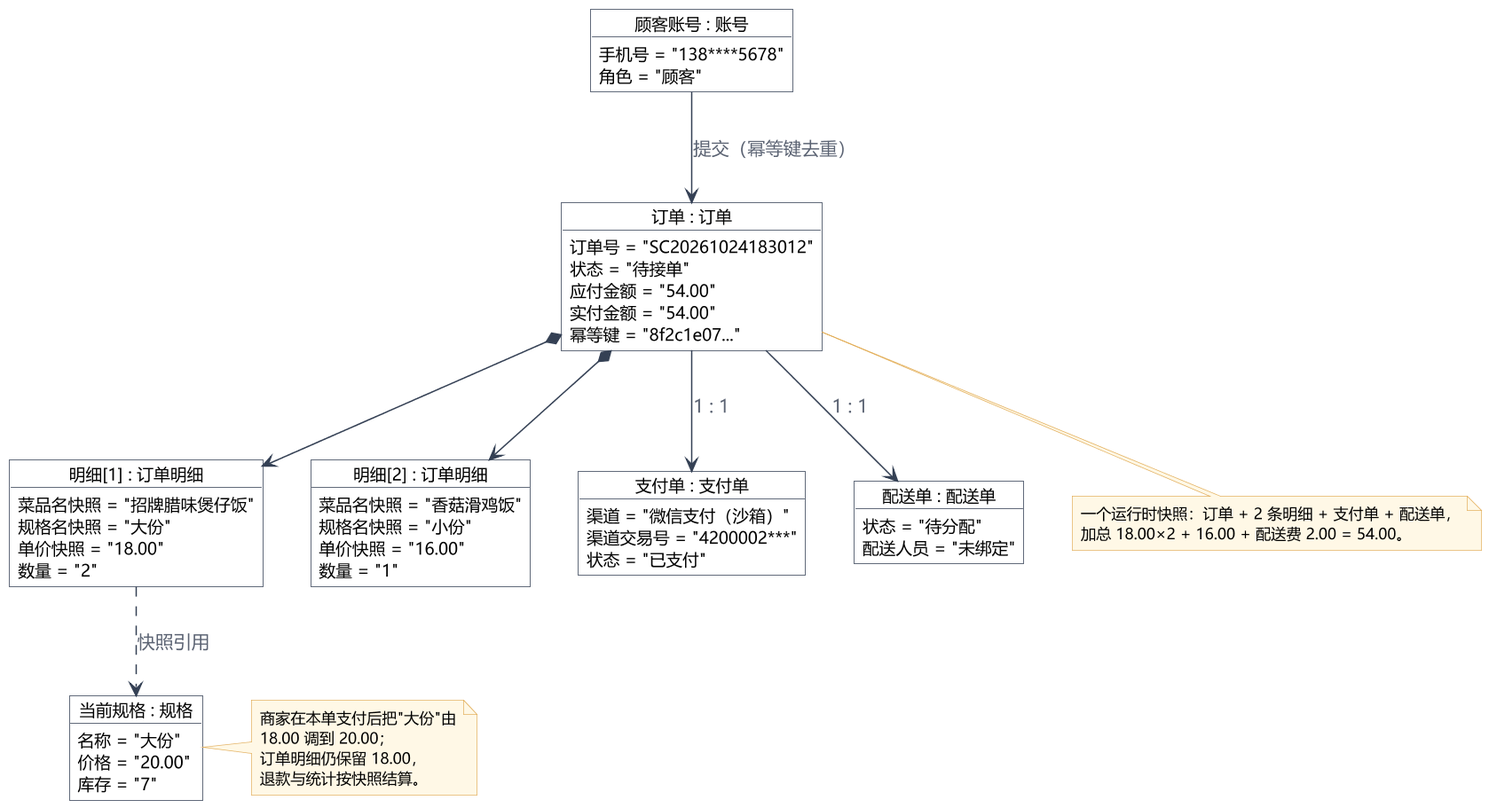
Before: lab2/UML/UML对象图.png, a diagram exported from PlantUML (yui060814zwp-creator/SE-lab). Its diagram source:
```plantuml
@startuml UML对象图
skinparam defaultFontName "Microsoft YaHei"
skinparam shadowing false
skinparam ArrowColor #344054
skinparam ArrowFontColor #5A6272
skinparam dpi 150
skinparam object {
  BackgroundColor #FFFFFF
  BorderColor #344054
  HeaderBackgroundColor #EAF1FA
  FontSize 13
  AttributeFontSize 12
}
skinparam note {
  BackgroundColor #FFF8E6
  BorderColor #E4B363
  FontSize 11
}

object "顾客账号 : 账号" as U {
  手机号 = "138****5678"
  角色 = "顾客"
}
object "当前规格 : 规格" as SPEC {
  名称 = "大份"
  价格 = "20.00"
  库存 = "7"
}
object "订单 : 订单" as O {
  订单号 = "SC20261024183012"
  状态 = "待接单"
  应付金额 = "54.00"
  实付金额 = "54.00"
  幂等键 = "8f2c1e07..."
}
object "明细[1] : 订单明细" as L1 {
  菜品名快照 = "招牌腊味煲仔饭"
  规格名快照 = "大份"
  单价快照 = "18.00"
  数量 = "2"
}
object "明细[2] : 订单明细" as L2 {
  菜品名快照 = "香菇滑鸡饭"
  规格名快照 = "小份"
  单价快照 = "16.00"
  数量 = "1"
}
object "支付单 : 支付单" as P {
  渠道 = "微信支付（沙箱）"
  渠道交易号 = "4200002***"
  状态 = "已支付"
}
object "配送单 : 配送单" as D {
  状态 = "待分配"
  配送人员 = "未绑定"
}

U --> O : 提交（幂等键去重）
O *--> L1
O *--> L2
L1 ..> SPEC : 快照引用
O --> P : 1 : 1
O --> D : 1 : 1

note right of SPEC
  商家在本单支付后把"大份"由
  18.00 调到 20.00；
  订单明细仍保留 18.00，
  退款与统计按快照结算。
end note
note bottom of O
  一个运行时快照：订单 + 2 条明细 + 支付单 + 配送单，
  加总 18.00×2 + 16.00 + 配送费 2.00 = 54.00。
end note
@enduml
```
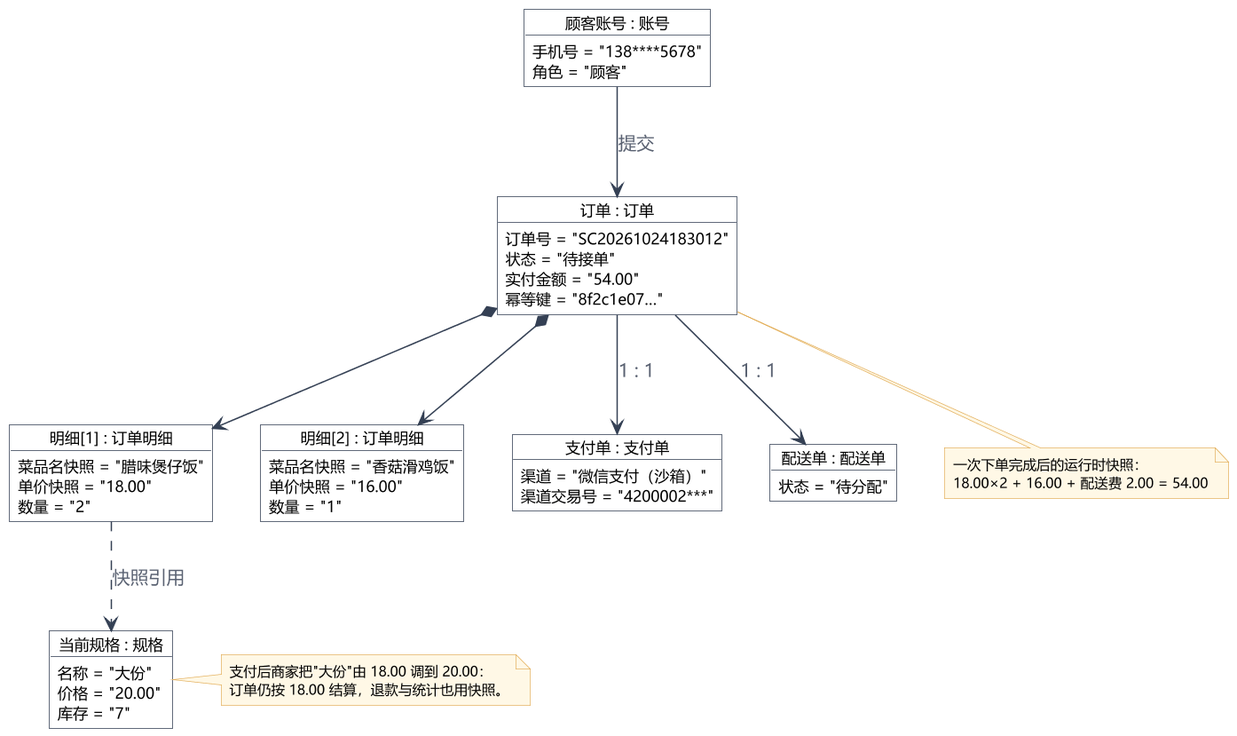
After the commit.

Change to the diagram source:
```diff
@@ -8,13 +8,13 @@
   BackgroundColor #FFFFFF
   BorderColor #344054
   HeaderBackgroundColor #EAF1FA
-  FontSize 13
-  AttributeFontSize 12
+  FontSize 12
+  AttributeFontSize 11
 }
 skinparam note {
   BackgroundColor #FFF8E6
   BorderColor #E4B363
-  FontSize 11
+  FontSize 10
 }
 
 object "顾客账号 : 账号" as U {
@@ -29,33 +29,28 @@
 object "订单 : 订单" as O {
   订单号 = "SC20261024183012"
   状态 = "待接单"
-  应付金额 = "54.00"
   实付金额 = "54.00"
-  幂等键 = "8f2c1e07..."
+  幂等键 = "8f2c1e07…"
 }
 object "明细[1] : 订单明细" as L1 {
-  菜品名快照 = "招牌腊味煲仔饭"
-  规格名快照 = "大份"
+  菜品名快照 = "腊味煲仔饭"
   单价快照 = "18.00"
   数量 = "2"
 }
 object "明细[2] : 订单明细" as L2 {
   菜品名快照 = "香菇滑鸡饭"
-  规格名快照 = "小份"
   单价快照 = "16.00"
   数量 = "1"
 }
 object "支付单 : 支付单" as P {
   渠道 = "微信支付（沙箱）"
   渠道交易号 = "4200002***"
-  状态 = "已支付"
 }
 object "配送单 : 配送单" as D {
   状态 = "待分配"
-  配送人员 = "未绑定"
 }
 
-U --> O : 提交（幂等键去重）
+U --> O : 提交
 O *--> L1
 O *--> L2
 L1 ..> SPEC : 快照引用
@@ -63,13 +58,11 @@
 O --> D : 1 : 1
 
 note right of SPEC
-  商家在本单支付后把"大份"由
-  18.00 调到 20.00；
-  订单明细仍保留 18.00，
-  退款与统计按快照结算。
+  支付后商家把"大份"由 18.00 调到 20.00：
+  订单仍按 18.00 结算，退款与统计也用快照。
 end note
 note bottom of O
-  一个运行时快照：订单 + 2 条明细 + 支付单 + 配送单，
-  加总 18.00×2 + 16.00 + 配送费 2.00 = 54.00。
+  一次下单完成后的运行时快照：
+  18.00×2 + 16.00 + 配送费 2.00 = 54.00
 end note
 @enduml
```
